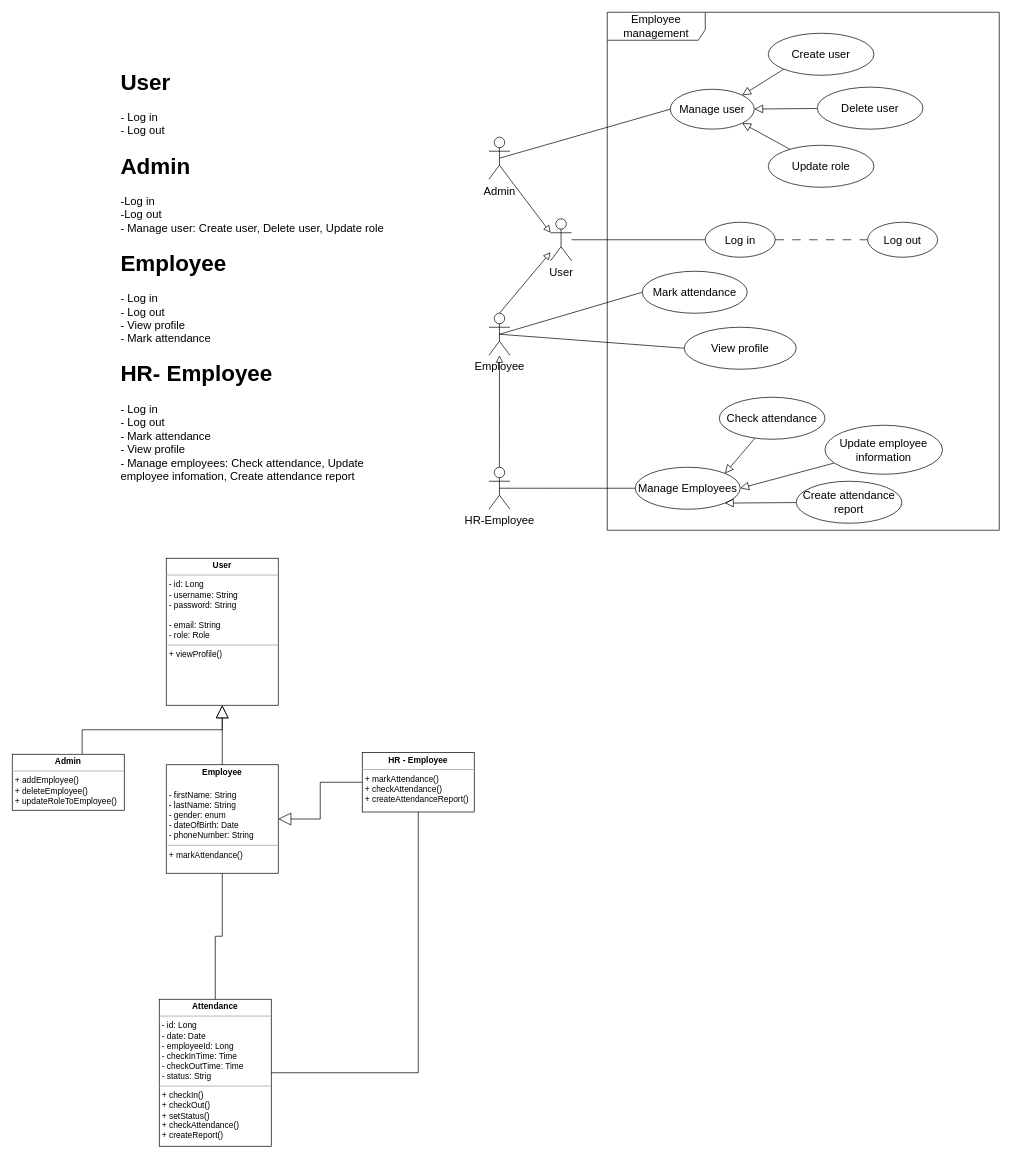
This is EmployeeManagement.drawio from Jason1420/company_management, a draw.io file, before an edit. Source tidied: cells renumbered, new cells numbered last; positions are measured from the earlier drawing's top-left corner, leaving out a move shared by most shapes. Both pictures are drawn from the tidied source at 70%, with x=0, y=0 at pixel (12, 12).
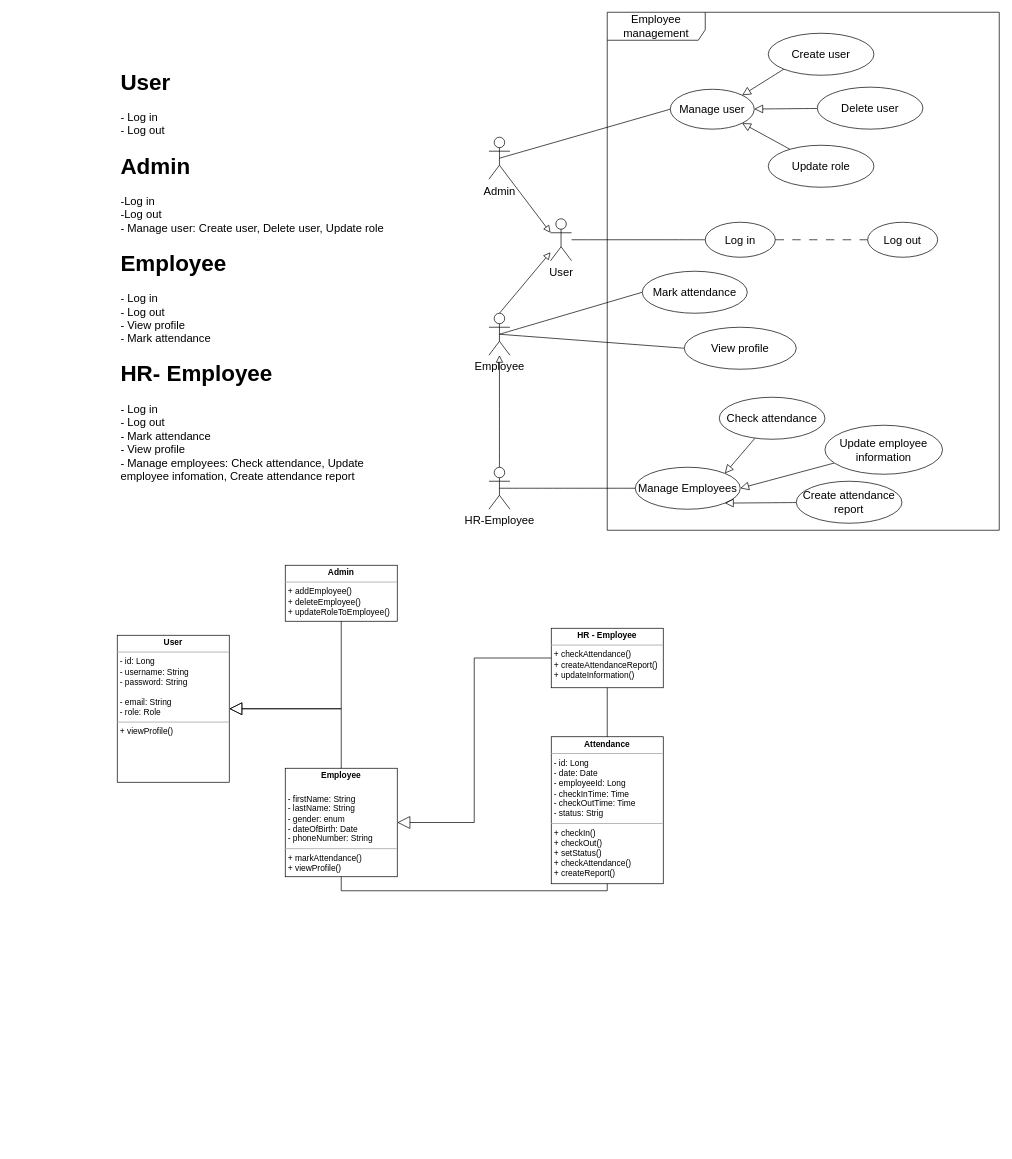
The same diagram, later.

The edit, as a diff of the source:
```diff
@@
     <mxCell id="36" value="&lt;p style=&quot;margin:0px;margin-top:4px;text-align:center;&quot;&gt;&lt;b&gt;User&lt;/b&gt;&lt;/p&gt;&lt;hr size=&quot;1&quot;&gt;&lt;p style=&quot;margin:0px;margin-left:4px;&quot;&gt;- id: Long&lt;/p&gt;&lt;p style=&quot;margin:0px;margin-left:4px;&quot;&gt;- username: String&lt;/p&gt;&lt;p style=&quot;margin:0px;margin-left:4px;&quot;&gt;- password: String&lt;/p&gt;&lt;p style=&quot;margin:0px;margin-left:4px;&quot;&gt;&lt;br&gt;&lt;/p&gt;&lt;p style=&quot;margin:0px;margin-left:4px;&quot;&gt;- email: String&lt;/p&gt;&lt;p style=&quot;margin:0px;margin-left:4px;&quot;&gt;- role: Role&lt;/p&gt;&lt;hr size=&quot;1&quot;&gt;&lt;p style=&quot;margin:0px;margin-left:4px;&quot;&gt;+ viewProfile()&lt;/p&gt;" style="verticalAlign=top;align=left;overflow=fill;fontSize=12;fontFamily=Helvetica;html=1;whiteSpace=wrap;" parent="1" vertex="1">
-      <mxGeometry x="220" y="780" width="160" height="210" as="geometry" />
+      <mxGeometry x="150" y="890" width="160" height="210" as="geometry" />
     </mxCell>
     <mxCell id="37" value="&lt;p style=&quot;margin:0px;margin-top:4px;text-align:center;&quot;&gt;&lt;b&gt;Admin&lt;/b&gt;&lt;/p&gt;&lt;hr size=&quot;1&quot;&gt;&lt;p style=&quot;margin:0px;margin-left:4px;&quot;&gt;+ addEmployee()&lt;/p&gt;&lt;p style=&quot;margin:0px;margin-left:4px;&quot;&gt;+ deleteEmployee()&lt;br&gt;&lt;/p&gt;&lt;p style=&quot;margin:0px;margin-left:4px;&quot;&gt;+ updateRoleToEmployee()&lt;br&gt;&lt;/p&gt;" style="verticalAlign=top;align=left;overflow=fill;fontSize=12;fontFamily=Helvetica;html=1;whiteSpace=wrap;" parent="1" vertex="1">
-      <mxGeometry y="1060" width="160" height="80" as="geometry" />
+      <mxGeometry x="390" y="790" width="160" height="80" as="geometry" />
     </mxCell>
-    <mxCell id="38" value="&lt;p style=&quot;margin:0px;margin-top:4px;text-align:center;&quot;&gt;&lt;b&gt;Employee&lt;/b&gt;&lt;/p&gt;&lt;p style=&quot;margin:0px;margin-top:4px;text-align:center;&quot;&gt;&lt;b&gt;&lt;br&gt;&lt;/b&gt;&lt;/p&gt;&lt;p style=&quot;border-color: var(--border-color); margin: 0px 0px 0px 4px;&quot;&gt;- firstName: String&lt;/p&gt;&lt;p style=&quot;border-color: var(--border-color); margin: 0px 0px 0px 4px;&quot;&gt;- lastName: String&lt;/p&gt;&lt;p style=&quot;border-color: var(--border-color); margin: 0px 0px 0px 4px;&quot;&gt;- gender: enum&lt;/p&gt;&lt;p style=&quot;border-color: var(--border-color); margin: 0px 0px 0px 4px;&quot;&gt;- dateOfBirth: Date&lt;/p&gt;&lt;p style=&quot;border-color: var(--border-color); margin: 0px 0px 0px 4px;&quot;&gt;- phoneNumber: String&lt;/p&gt;&lt;hr size=&quot;1&quot;&gt;&lt;p style=&quot;margin:0px;margin-left:4px;&quot;&gt;+ markAttendance()&lt;/p&gt;&lt;p style=&quot;margin:0px;margin-left:4px;&quot;&gt;&lt;br&gt;&lt;/p&gt;" style="verticalAlign=top;align=left;overflow=fill;fontSize=12;fontFamily=Helvetica;html=1;whiteSpace=wrap;" parent="1" vertex="1">
-      <mxGeometry x="220" y="1075" width="160" height="155" as="geometry" />
+    <mxCell id="38" value="&lt;p style=&quot;margin:0px;margin-top:4px;text-align:center;&quot;&gt;&lt;b&gt;Employee&lt;/b&gt;&lt;/p&gt;&lt;p style=&quot;margin:0px;margin-top:4px;text-align:center;&quot;&gt;&lt;b&gt;&lt;br&gt;&lt;/b&gt;&lt;/p&gt;&lt;p style=&quot;border-color: var(--border-color); margin: 0px 0px 0px 4px;&quot;&gt;- firstName: String&lt;/p&gt;&lt;p style=&quot;border-color: var(--border-color); margin: 0px 0px 0px 4px;&quot;&gt;- lastName: String&lt;/p&gt;&lt;p style=&quot;border-color: var(--border-color); margin: 0px 0px 0px 4px;&quot;&gt;- gender: enum&lt;/p&gt;&lt;p style=&quot;border-color: var(--border-color); margin: 0px 0px 0px 4px;&quot;&gt;- dateOfBirth: Date&lt;/p&gt;&lt;p style=&quot;border-color: var(--border-color); margin: 0px 0px 0px 4px;&quot;&gt;- phoneNumber: String&lt;/p&gt;&lt;hr size=&quot;1&quot;&gt;&lt;p style=&quot;margin:0px;margin-left:4px;&quot;&gt;+ markAttendance()&lt;/p&gt;&lt;p style=&quot;margin:0px;margin-left:4px;&quot;&gt;+ viewProfile()&lt;/p&gt;" style="verticalAlign=top;align=left;overflow=fill;fontSize=12;fontFamily=Helvetica;html=1;whiteSpace=wrap;" parent="1" vertex="1">
+      <mxGeometry x="390" y="1080" width="160" height="155" as="geometry" />
     </mxCell>
-    <mxCell id="39" value="&lt;p style=&quot;margin:0px;margin-top:4px;text-align:center;&quot;&gt;&lt;b&gt;HR - Employee&lt;/b&gt;&lt;/p&gt;&lt;hr size=&quot;1&quot;&gt;&lt;p style=&quot;margin:0px;margin-left:4px;&quot;&gt;+ markAttendance()&lt;/p&gt;&lt;p style=&quot;margin:0px;margin-left:4px;&quot;&gt;+ checkAttendance()&lt;/p&gt;&lt;p style=&quot;margin:0px;margin-left:4px;&quot;&gt;+ createAttendanceReport()&lt;/p&gt;&lt;p style=&quot;margin:0px;margin-left:4px;&quot;&gt;&lt;br&gt;&lt;/p&gt;" style="verticalAlign=top;align=left;overflow=fill;fontSize=12;fontFamily=Helvetica;html=1;whiteSpace=wrap;" parent="1" vertex="1">
-      <mxGeometry x="500" y="1057.5" width="160" height="85" as="geometry" />
+    <mxCell id="39" value="&lt;p style=&quot;margin:0px;margin-top:4px;text-align:center;&quot;&gt;&lt;b&gt;HR - Employee&lt;/b&gt;&lt;/p&gt;&lt;hr size=&quot;1&quot;&gt;&lt;p style=&quot;margin:0px;margin-left:4px;&quot;&gt;&lt;span style=&quot;background-color: initial;&quot;&gt;+ checkAttendance()&lt;/span&gt;&lt;br&gt;&lt;/p&gt;&lt;p style=&quot;margin:0px;margin-left:4px;&quot;&gt;+ createAttendanceReport()&lt;/p&gt;&lt;p style=&quot;margin:0px;margin-left:4px;&quot;&gt;+ updateInformation()&lt;/p&gt;" style="verticalAlign=top;align=left;overflow=fill;fontSize=12;fontFamily=Helvetica;html=1;whiteSpace=wrap;" parent="1" vertex="1">
+      <mxGeometry x="770" y="880" width="160" height="85" as="geometry" />
     </mxCell>
     <mxCell id="40" value="&lt;p style=&quot;margin:0px;margin-top:4px;text-align:center;&quot;&gt;&lt;b&gt;Attendance&lt;/b&gt;&lt;/p&gt;&lt;hr size=&quot;1&quot;&gt;&lt;p style=&quot;margin:0px;margin-left:4px;&quot;&gt;- id: Long&lt;/p&gt;&lt;p style=&quot;margin:0px;margin-left:4px;&quot;&gt;- date: Date&lt;/p&gt;&lt;p style=&quot;margin:0px;margin-left:4px;&quot;&gt;- employeeId: Long&lt;/p&gt;&lt;p style=&quot;margin:0px;margin-left:4px;&quot;&gt;- checkInTime: Time&lt;/p&gt;&lt;p style=&quot;margin:0px;margin-left:4px;&quot;&gt;- checkOutTime: Time&lt;/p&gt;&lt;p style=&quot;margin:0px;margin-left:4px;&quot;&gt;- status: Strig&lt;/p&gt;&lt;hr size=&quot;1&quot;&gt;&lt;p style=&quot;margin:0px;margin-left:4px;&quot;&gt;+ checkIn()&lt;/p&gt;&lt;p style=&quot;margin:0px;margin-left:4px;&quot;&gt;+ checkOut()&lt;/p&gt;&lt;p style=&quot;margin:0px;margin-left:4px;&quot;&gt;+ setStatus()&lt;/p&gt;&lt;p style=&quot;margin:0px;margin-left:4px;&quot;&gt;+ checkAttendance()&lt;/p&gt;&lt;p style=&quot;margin:0px;margin-left:4px;&quot;&gt;+ createReport()&lt;/p&gt;" style="verticalAlign=top;align=left;overflow=fill;fontSize=12;fontFamily=Helvetica;html=1;whiteSpace=wrap;" parent="1" vertex="1">
-      <mxGeometry x="210" y="1410" width="160" height="210" as="geometry" />
+      <mxGeometry x="770" y="1035" width="160" height="210" as="geometry" />
     </mxCell>
-    <mxCell id="41" style="endArrow=block;endSize=16;endFill=0;html=1;rounded=0;fontSize=12;exitX=0.624;exitY=-0.003;exitDx=0;exitDy=0;exitPerimeter=0;edgeStyle=orthogonalEdgeStyle;" parent="1" edge="1" source="37" target="36">
+    <mxCell id="41" style="endArrow=block;endSize=16;endFill=0;html=1;rounded=0;fontSize=12;exitX=0.5;exitY=1;exitDx=0;exitDy=0;entryX=1;entryY=0.5;entryDx=0;entryDy=0;edgeStyle=orthogonalEdgeStyle;" parent="1" edge="1" source="37" target="36">
       <mxGeometry relative="1" as="geometry" />
     </mxCell>
-    <mxCell id="42" style="endArrow=block;endSize=16;endFill=0;html=1;rounded=0;fontSize=12;curved=1;exitX=0.5;exitY=0;exitDx=0;exitDy=0;entryX=0.5;entryY=1;entryDx=0;entryDy=0;" parent="1" edge="1" source="38" target="36">
+    <mxCell id="42" style="endArrow=block;endSize=16;endFill=0;html=1;rounded=0;fontSize=12;exitX=0.5;exitY=0;exitDx=0;exitDy=0;entryX=1;entryY=0.5;entryDx=0;entryDy=0;edgeStyle=orthogonalEdgeStyle;" parent="1" edge="1" source="38" target="36">
       <mxGeometry relative="1" as="geometry" />
     </mxCell>
@@
-    <mxCell id="44" style="endArrow=none;endFill=0;endSize=12;html=1;rounded=0;fontSize=12;entryX=0.5;entryY=1;entryDx=0;entryDy=0;exitX=0.5;exitY=0;exitDx=0;exitDy=0;edgeStyle=orthogonalEdgeStyle;" parent="1" edge="1" source="40" target="38">
+    <mxCell id="44" style="endArrow=none;endFill=0;endSize=12;html=1;rounded=0;fontSize=12;entryX=0.5;entryY=1;entryDx=0;entryDy=0;exitX=0.5;exitY=1;exitDx=0;exitDy=0;edgeStyle=orthogonalEdgeStyle;" parent="1" edge="1" source="40" target="38">
       <mxGeometry relative="1" as="geometry" />
     </mxCell>
-    <mxCell id="45" style="endArrow=none;endFill=0;endSize=12;html=1;rounded=0;fontSize=12;entryX=0.5;entryY=1;entryDx=0;entryDy=0;exitX=1;exitY=0.5;exitDx=0;exitDy=0;edgeStyle=orthogonalEdgeStyle;" parent="1" edge="1" source="40" target="39">
+    <mxCell id="45" style="endArrow=none;endFill=0;endSize=12;html=1;rounded=0;fontSize=12;entryX=0.5;entryY=1;entryDx=0;entryDy=0;edgeStyle=orthogonalEdgeStyle;" parent="1" edge="1" source="40" target="39">
       <mxGeometry relative="1" as="geometry" />
     </mxCell>
```
